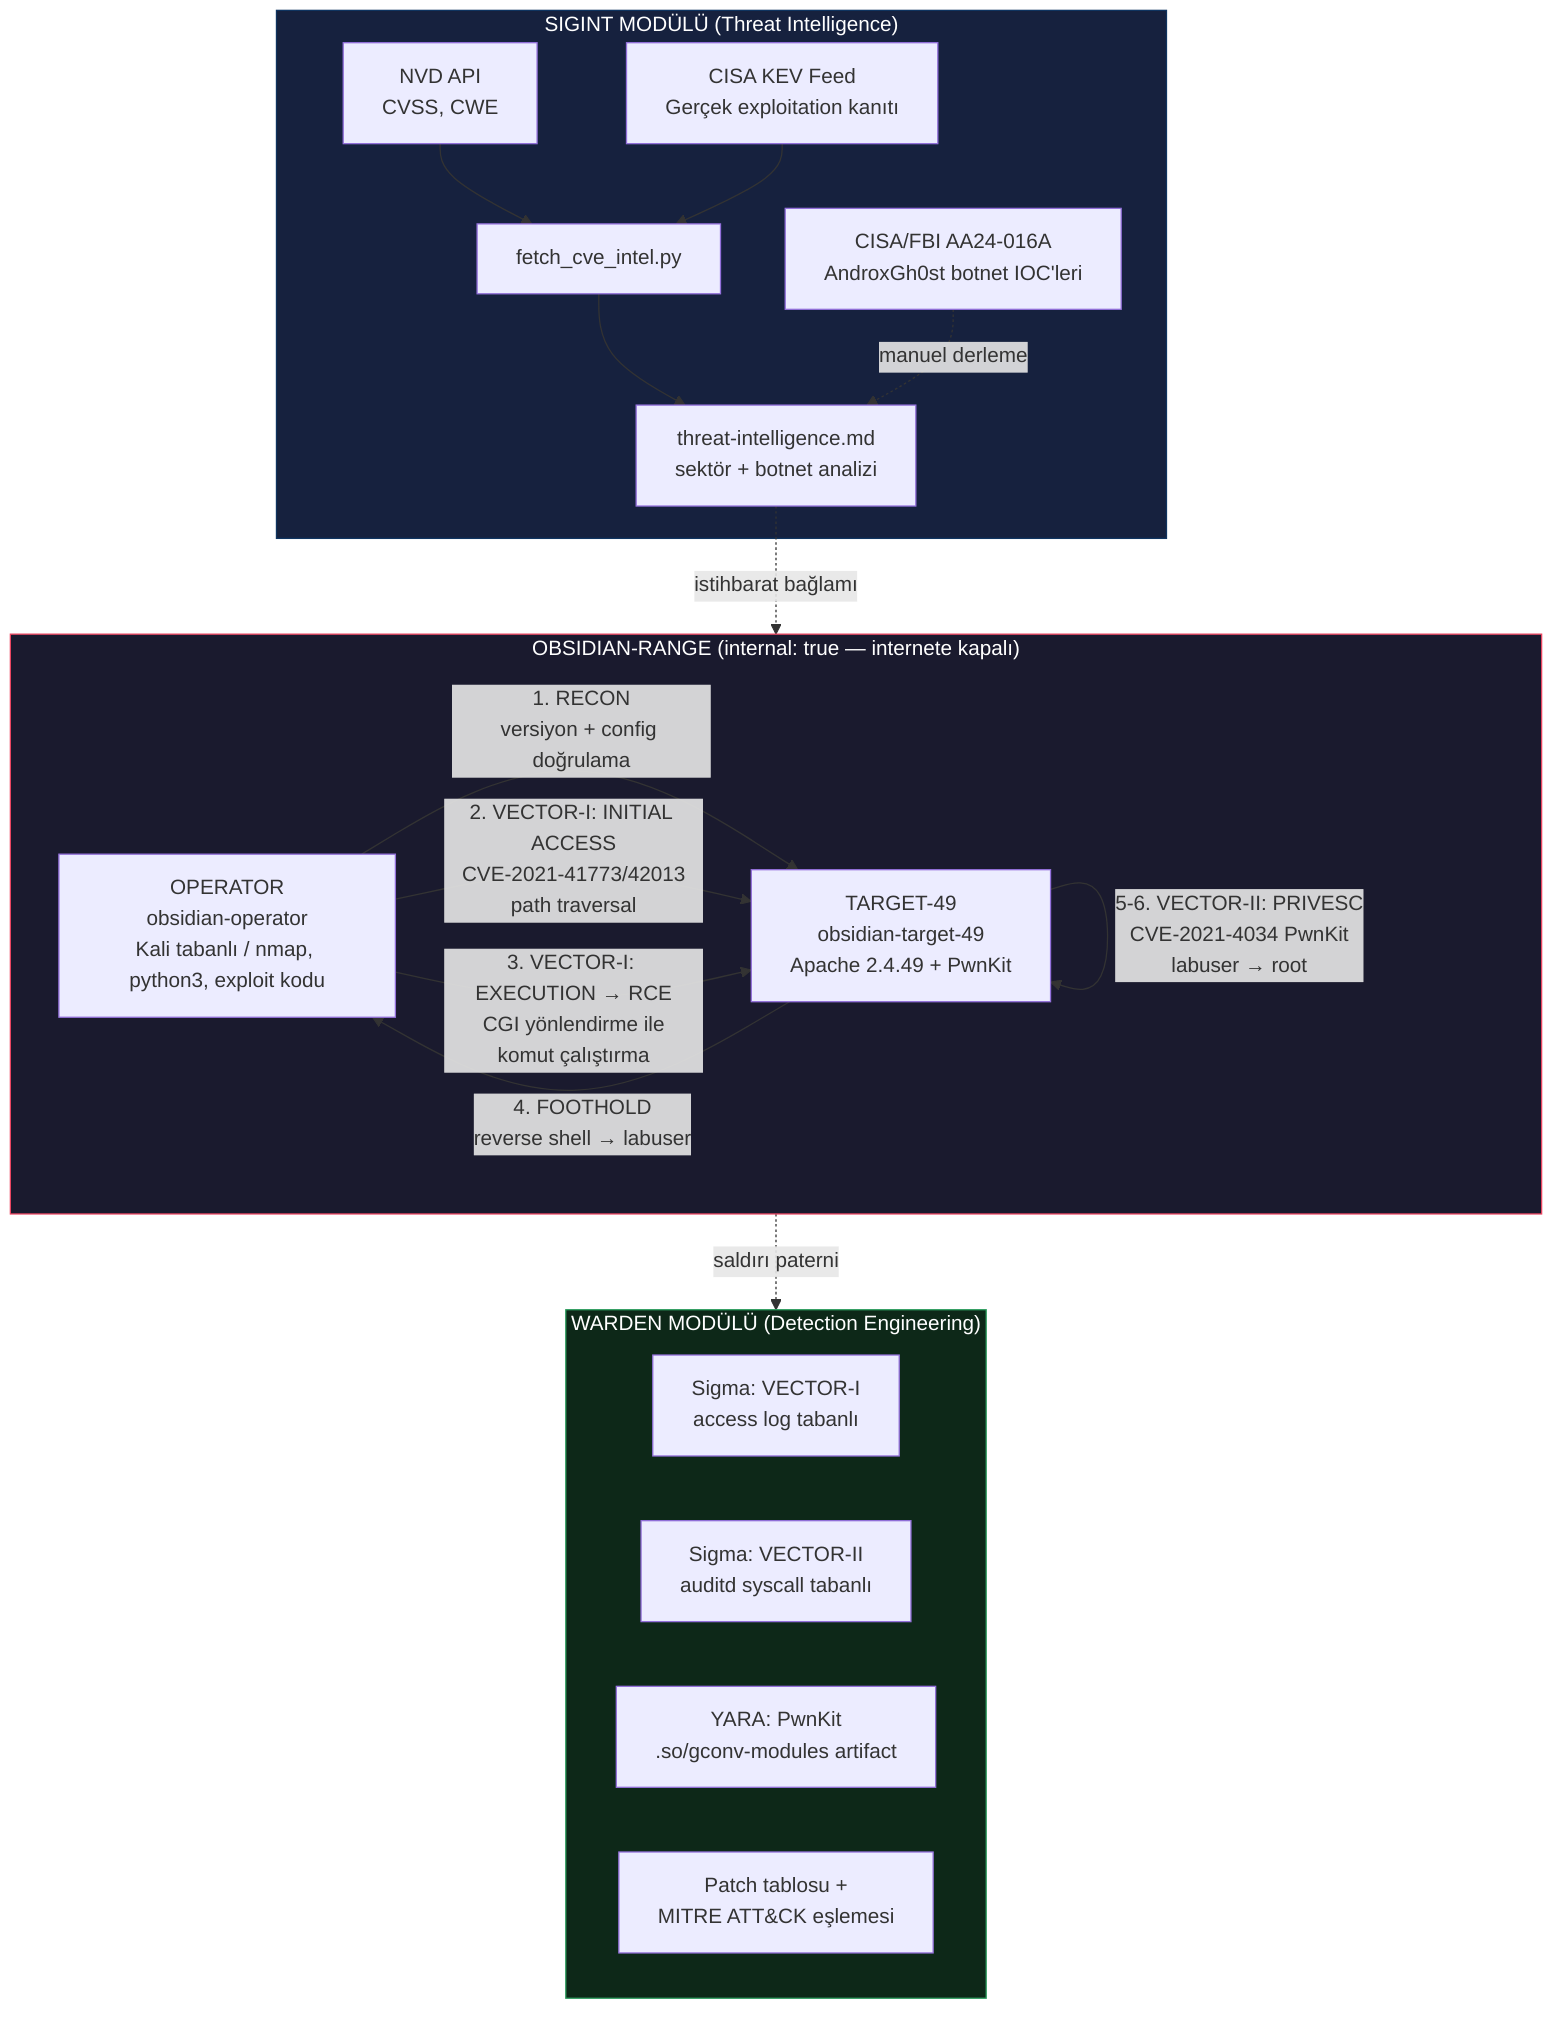
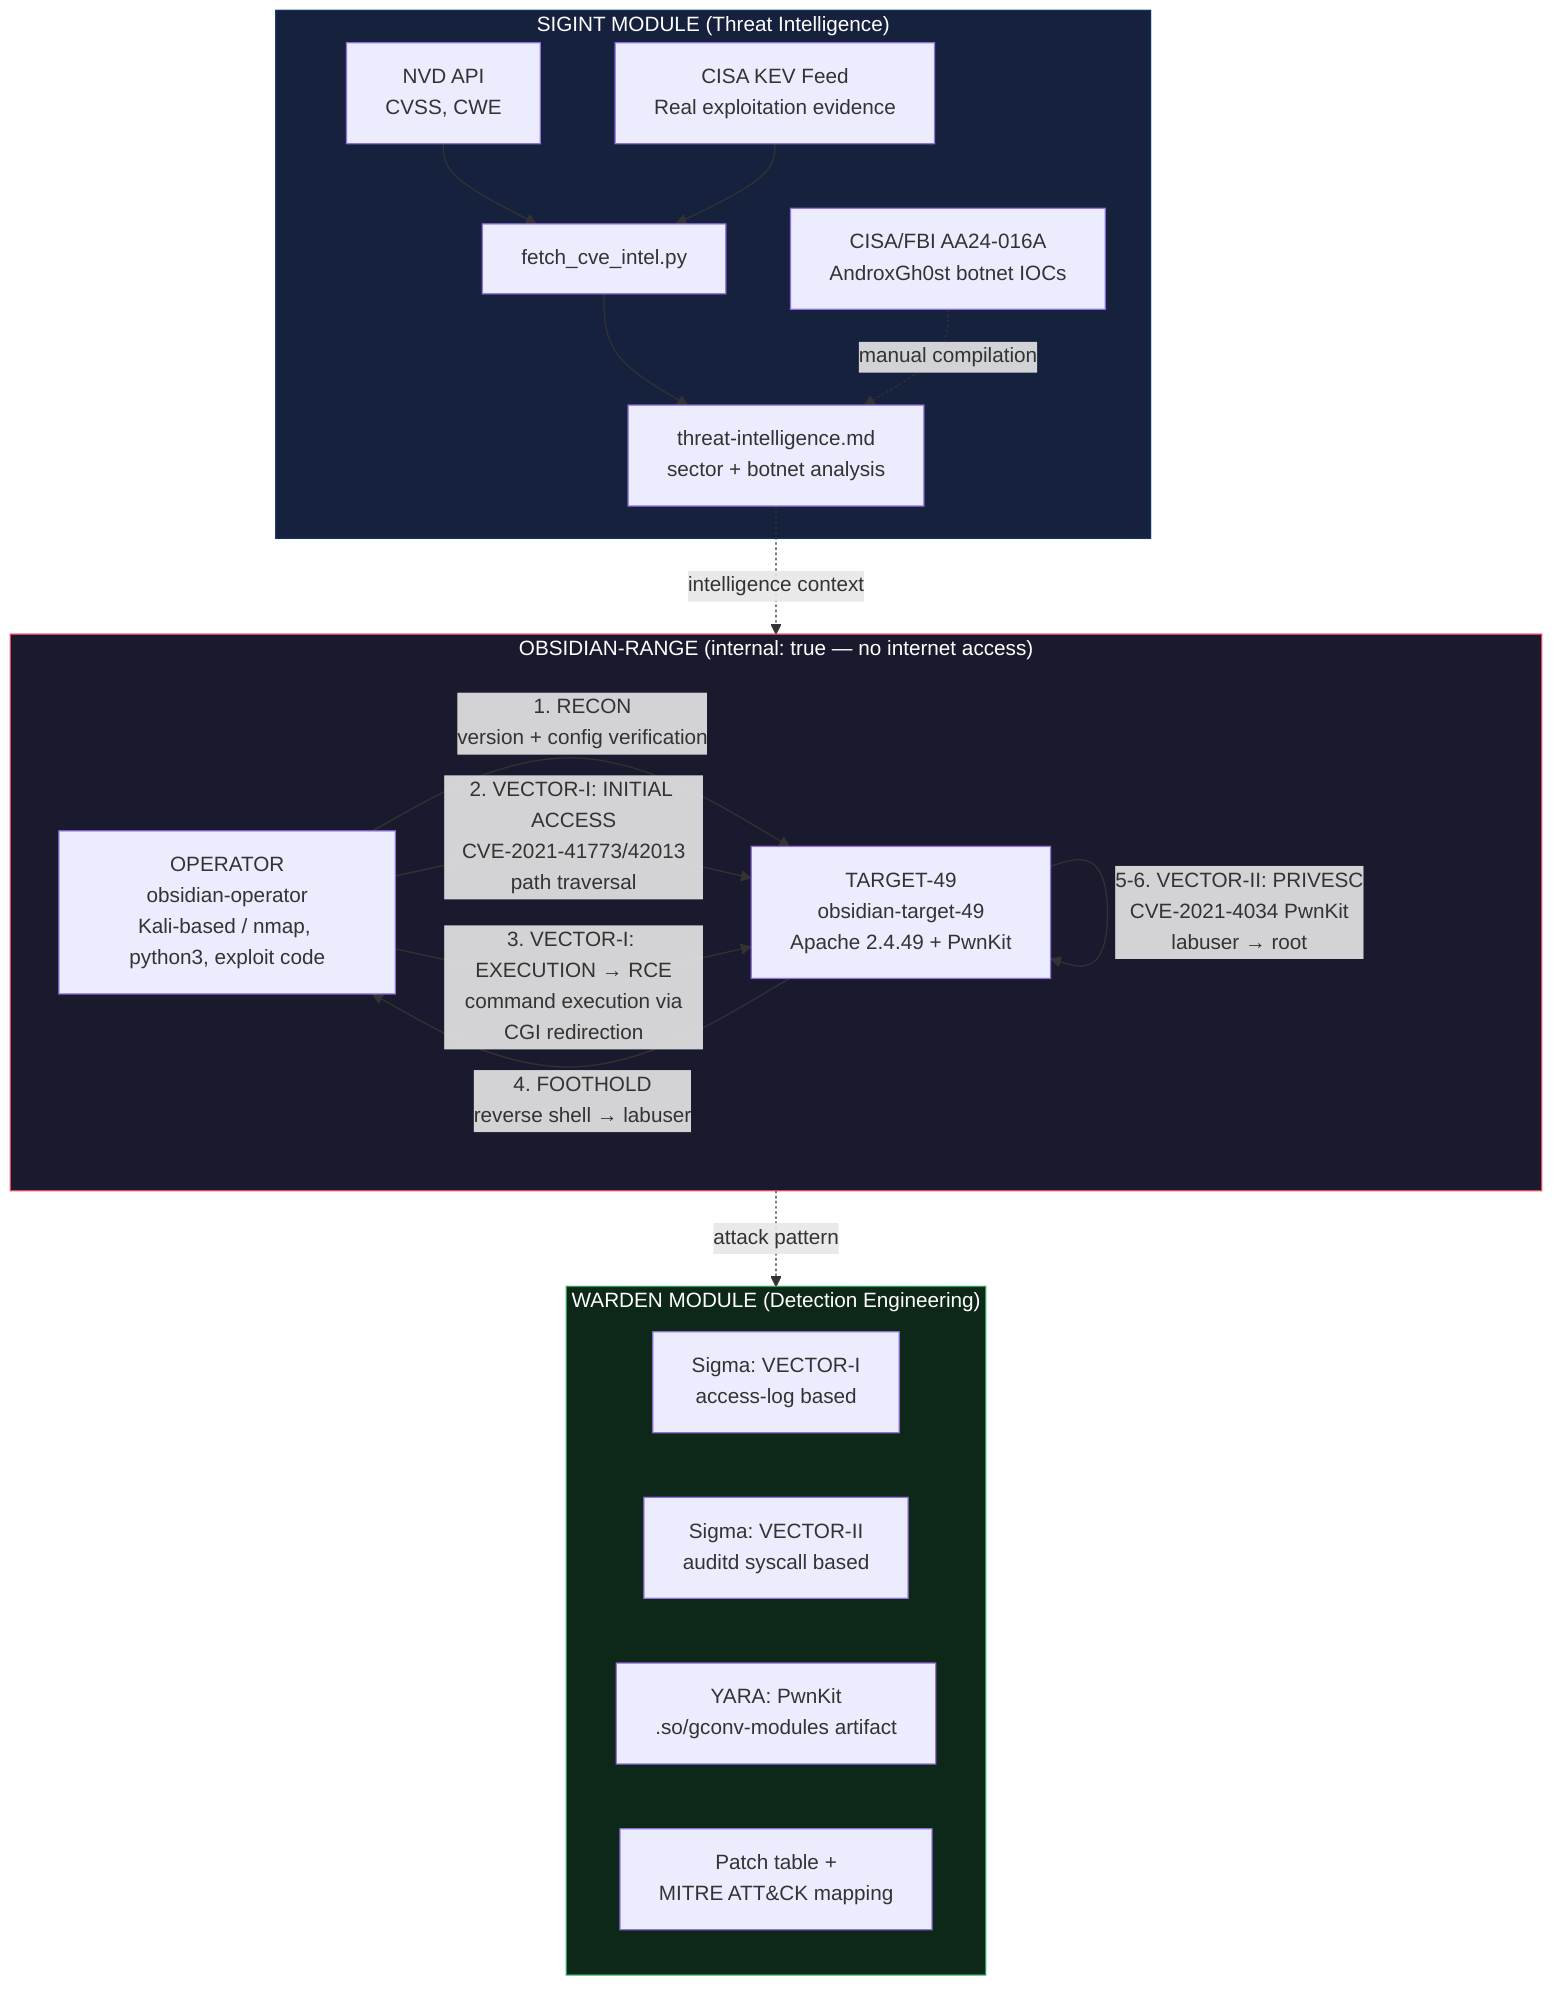
graph TB
-     subgraph Range["OBSIDIAN-RANGE (internal: true — internete kapalı)"]
-         OP[OPERATOR<br/>obsidian-operator<br/>Kali tabanlı / nmap, python3, exploit kodu]
+     subgraph Range["OBSIDIAN-RANGE (internal: true — no internet access)"]
+         OP[OPERATOR<br/>obsidian-operator<br/>Kali-based / nmap, python3, exploit code]
        T49[TARGET-49<br/>obsidian-target-49<br/>Apache 2.4.49 + PwnKit]

-         OP -->|"1. RECON<br/>versiyon + config doğrulama"| T49
+         OP -->|"1. RECON<br/>version + config verification"| T49
        OP -->|"2. VECTOR-I: INITIAL ACCESS<br/>CVE-2021-41773/42013<br/>path traversal"| T49
-         OP -->|"3. VECTOR-I: EXECUTION → RCE<br/>CGI yönlendirme ile<br/>komut çalıştırma"| T49
+         OP -->|"3. VECTOR-I: EXECUTION → RCE<br/>command execution via<br/>CGI redirection"| T49
        T49 -->|"4. FOOTHOLD<br/>reverse shell → labuser"| OP
        T49 -->|"5-6. VECTOR-II: PRIVESC<br/>CVE-2021-4034 PwnKit<br/>labuser → root"| T49
    end

-     subgraph Sigint["SIGINT MODÜLÜ (Threat Intelligence)"]
+     subgraph Sigint["SIGINT MODULE (Threat Intelligence)"]
        NVD[NVD API<br/>CVSS, CWE]
-         KEV[CISA KEV Feed<br/>Gerçek exploitation kanıtı]
-         CSA[CISA/FBI AA24-016A<br/>AndroxGh0st botnet IOC'leri]
+         KEV[CISA KEV Feed<br/>Real exploitation evidence]
+         CSA[CISA/FBI AA24-016A<br/>AndroxGh0st botnet IOCs]
        Script[fetch_cve_intel.py]
-         Analysis[threat-intelligence.md<br/>sektör + botnet analizi]
+         Analysis[threat-intelligence.md<br/>sector + botnet analysis]

        NVD --> Script
        KEV --> Script
        Script --> Analysis
-         CSA -.manuel derleme.-> Analysis
+         CSA -.manual compilation.-> Analysis
    end

-     subgraph Warden["WARDEN MODÜLÜ (Detection Engineering)"]
-         SigmaA[Sigma: VECTOR-I<br/>access log tabanlı]
-         SigmaP[Sigma: VECTOR-II<br/>auditd syscall tabanlı]
+     subgraph Warden["WARDEN MODULE (Detection Engineering)"]
+         SigmaA[Sigma: VECTOR-I<br/>access-log based]
+         SigmaP[Sigma: VECTOR-II<br/>auditd syscall based]
        Yara[YARA: PwnKit<br/>.so/gconv-modules artifact]
-         Patch[Patch tablosu +<br/>MITRE ATT&CK eşlemesi]
+         Patch[Patch table +<br/>MITRE ATT&CK mapping]
    end

-     Range -.saldırı paterni.-> Warden
-     Analysis -.istihbarat bağlamı.-> Range
+     Range -.attack pattern.-> Warden
+     Analysis -.intelligence context.-> Range

    style Range fill:#1a1a2e,stroke:#e94560,color:#fff
    style Sigint fill:#16213e,stroke:#0f3460,color:#fff
    style Warden fill:#0d2818,stroke:#2d9d5f,color:#fff
